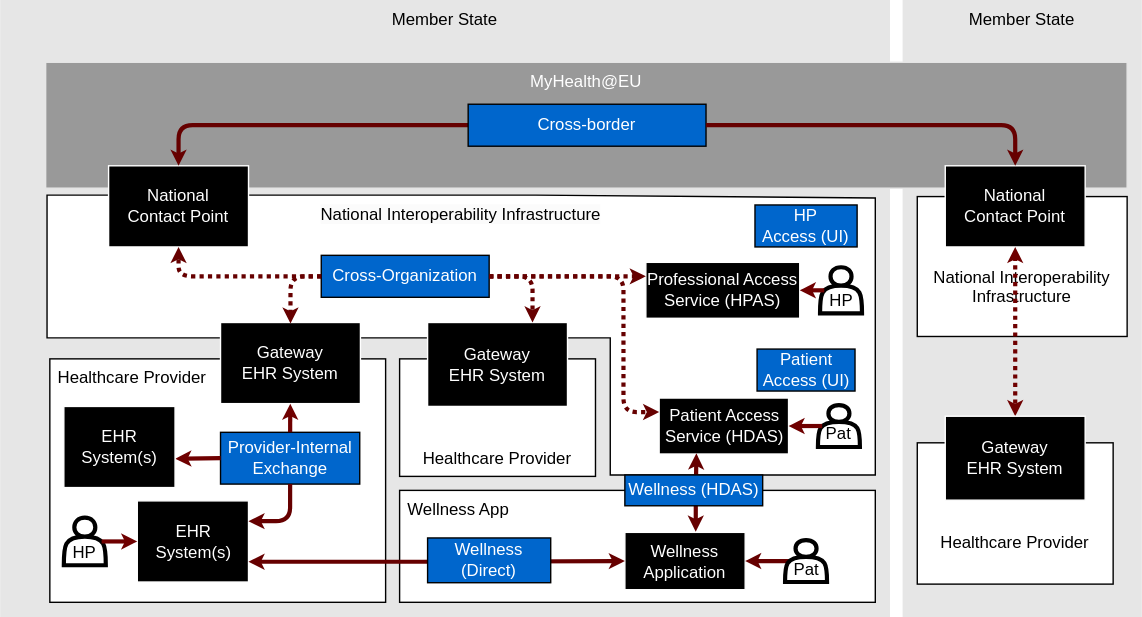
euridice-org/eu-health-data-api keeps this draw.io diagram as input/images/EHDS-overview.drawio.svg. Above is the earlier version. Source tidied: cells renumbered, new cells last; positions are measured from the earlier drawing's top-left corner, leaving out a move shared by most shapes.
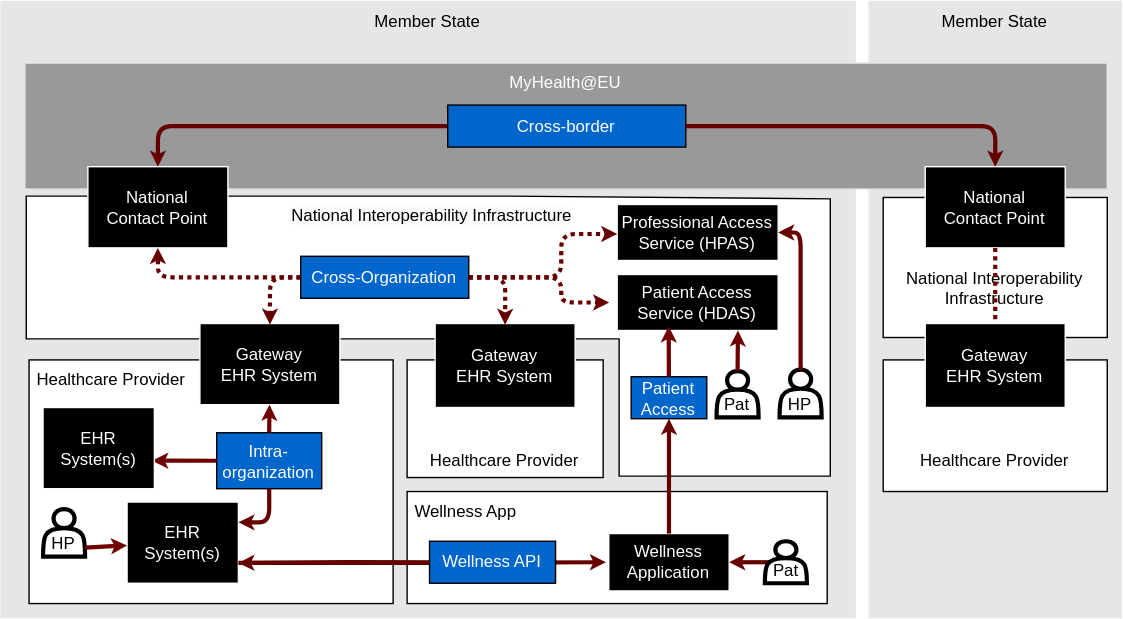
Later version of the same file.

What changed in the source:
```diff
@@ -3,37 +3,37 @@
     <mxCell id="0" />
     <mxCell id="1" parent="0" />
     <mxCell id="2" value="Member State" style="whiteSpace=wrap;html=1;fillColor=#E6E6E6;strokeColor=#E6E6E6;verticalAlign=top;" parent="1" vertex="1">
-      <mxGeometry width="635" height="440" as="geometry" />
+      <mxGeometry x="15" width="610" height="440" as="geometry" />
     </mxCell>
     <mxCell id="3" value="Wellness App" style="whiteSpace=wrap;html=1;verticalAlign=top;align=left;spacingLeft=4;" parent="1" vertex="1">
-      <mxGeometry x="285" y="350" width="340" height="80" as="geometry" />
+      <mxGeometry x="305" y="350" width="300" height="80" as="geometry" />
     </mxCell>
-    <mxCell id="4" value="&lt;span style=&quot;color: rgb(0, 0, 0); font-family: Helvetica; font-size: 12px; font-style: normal; font-variant-ligatures: normal; font-variant-caps: normal; font-weight: 400; letter-spacing: normal; orphans: 2; text-align: center; text-indent: 0px; text-transform: none; widows: 2; word-spacing: 0px; -webkit-text-stroke-width: 0px; white-space: normal; background-color: rgb(251, 251, 251); text-decoration-thickness: initial; text-decoration-style: initial; text-decoration-color: initial; float: none; display: inline !important;&quot;&gt;National Interoperability Infrastructure&lt;/span&gt;" style="verticalLabelPosition=middle;verticalAlign=top;html=1;shape=mxgraph.basic.polygon;polyCoords=[[0,0],[0.59,0],[1,0.01],[1,0.76],[1,1],[0.68,1],[0.68,0.51],[0,0.51]];polyline=0;labelPosition=center;align=center;whiteSpace=wrap;" parent="1" vertex="1">
-      <mxGeometry x="33" y="139" width="592" height="200" as="geometry" />
+    <mxCell id="4" value="&lt;span style=&quot;color: rgb(0, 0, 0); font-family: Helvetica; font-size: 12px; font-style: normal; font-variant-ligatures: normal; font-variant-caps: normal; font-weight: 400; letter-spacing: normal; orphans: 2; text-align: center; text-indent: 0px; text-transform: none; widows: 2; word-spacing: 0px; -webkit-text-stroke-width: 0px; white-space: normal; background-color: rgb(251, 251, 251); text-decoration-thickness: initial; text-decoration-style: initial; text-decoration-color: initial; float: none; display: inline !important;&quot;&gt;National Interoperability Infrastructure&lt;/span&gt;" style="verticalLabelPosition=middle;verticalAlign=top;html=1;shape=mxgraph.basic.polygon;polyCoords=[[0,0],[0.59,0],[0.99,0.01],[0.99,0.76],[0.99,1],[0.73,1],[0.73,0.51],[0,0.51]];polyline=0;labelPosition=center;align=center;whiteSpace=wrap;" parent="1" vertex="1">
+      <mxGeometry x="33" y="139" width="580" height="200" as="geometry" />
     </mxCell>
     <mxCell id="5" value="Member State" style="whiteSpace=wrap;html=1;fillColor=#E6E6E6;strokeColor=#E6E6E6;verticalAlign=top;" parent="1" vertex="1">
-      <mxGeometry x="645" width="170" height="440" as="geometry" />
+      <mxGeometry x="635" width="180" height="440" as="geometry" />
     </mxCell>
     <mxCell id="6" value="&lt;div&gt;&lt;br&gt;&lt;/div&gt;&lt;div&gt;&lt;br&gt;&lt;/div&gt;National Interoperability Infrastructure" style="whiteSpace=wrap;html=1;verticalAlign=middle;align=center;" parent="1" vertex="1">
-      <mxGeometry x="655" y="140" width="150" height="100" as="geometry" />
+      <mxGeometry x="645" y="140" width="160" height="100" as="geometry" />
     </mxCell>
     <mxCell id="7" value="&lt;font style=&quot;color: rgb(255, 255, 255);&quot;&gt;MyHealth@EU&lt;/font&gt;" style="whiteSpace=wrap;html=1;fillColor=#999999;strokeColor=#E6E6E6;verticalAlign=top;" parent="1" vertex="1">
       <mxGeometry x="32" y="44" width="773" height="90" as="geometry" />
     </mxCell>
     <mxCell id="8" value="Healthcare Provider" style="whiteSpace=wrap;html=1;verticalAlign=top;align=left;spacingLeft=4;" parent="1" vertex="1">
-      <mxGeometry x="35" y="256" width="240" height="174" as="geometry" />
+      <mxGeometry x="35" y="256" width="260" height="174" as="geometry" />
     </mxCell>
-    <mxCell id="9" value="&lt;font color=&quot;#ffffff&quot;&gt;Provider-Internal Exchange&lt;/font&gt;" style="whiteSpace=wrap;html=1;fillColor=#0066CC;fontColor=light-dark(#fafafa, #ededed);" parent="1" vertex="1">
-      <mxGeometry x="157" y="308.5" width="99.5" height="37" as="geometry" />
+    <mxCell id="9" value="&lt;font color=&quot;#ffffff&quot;&gt;Intra-organization&lt;/font&gt;" style="whiteSpace=wrap;html=1;fillColor=#0066CC;fontColor=light-dark(#fafafa, #ededed);" parent="1" vertex="1">
+      <mxGeometry x="169" y="308" width="75" height="40" as="geometry" />
     </mxCell>
     <mxCell id="10" value="&lt;font color=&quot;#ffffff&quot;&gt;Gateway&lt;/font&gt;&lt;div&gt;&lt;font color=&quot;#ffffff&quot;&gt;EHR System&lt;/font&gt;&lt;/div&gt;" style="whiteSpace=wrap;html=1;strokeColor=#FFFFFF;fillColor=#000000;verticalAlign=middle;" parent="1" vertex="1">
       <mxGeometry x="157" y="230" width="100" height="58" as="geometry" />
     </mxCell>
-    <mxCell id="11" style="endArrow=classic;startArrow=none;html=1;fillColor=#a20025;strokeColor=#6F0000;strokeWidth=3;endSize=2;startSize=2;startFill=0;exitX=0;exitY=0.5;exitDx=0;exitDy=0;entryX=1.002;entryY=0.644;entryDx=0;entryDy=0;entryPerimeter=0;" parent="1" edge="1" source="9" target="33">
+    <mxCell id="11" style="endArrow=classic;startArrow=none;html=1;fillColor=#a20025;strokeColor=#6F0000;strokeWidth=3;endSize=2;startSize=2;startFill=0;exitX=0;exitY=0.5;exitDx=0;exitDy=0;entryX=0.981;entryY=0.655;entryDx=0;entryDy=0;entryPerimeter=0;" parent="1" edge="1" source="9" target="33">
       <mxGeometry relative="1" as="geometry" />
     </mxCell>
     <mxCell id="12" value="&lt;font color=&quot;#ffffff&quot;&gt;Wellness&lt;/font&gt;&lt;div&gt;&lt;font color=&quot;#ffffff&quot;&gt;Application&lt;/font&gt;&lt;/div&gt;" style="whiteSpace=wrap;html=1;strokeColor=#FFFFFF;fillColor=#000000;verticalAlign=middle;" parent="1" vertex="1">
-      <mxGeometry x="446" y="380" width="86" height="41" as="geometry" />
+      <mxGeometry x="449" y="380" width="86" height="41" as="geometry" />
     </mxCell>
     <mxCell id="13" style="edgeStyle=orthogonalEdgeStyle;html=1;exitX=0;exitY=0.5;exitDx=0;exitDy=0;strokeColor=#660000;strokeWidth=3;endSize=2;startSize=2;dashed=1;dashPattern=1 1;entryX=0.5;entryY=0.013;entryDx=0;entryDy=0;entryPerimeter=0;" parent="1" edge="1" source="14" target="10">
       <mxGeometry relative="1" as="geometry" />
@@ -53,20 +53,20 @@
     <mxCell id="18" value="&lt;font style=&quot;color: rgb(255, 255, 255);&quot;&gt;Cross-border&lt;br&gt;&lt;/font&gt;" style="whiteSpace=wrap;html=1;fillColor=#0066CC;fontColor=light-dark(#fafafa, #ededed);" parent="1" vertex="1">
       <mxGeometry x="334" y="74" width="170" height="30" as="geometry" />
     </mxCell>
-    <mxCell id="19" style="endArrow=classic;startArrow=classic;html=1;fillColor=#a20025;strokeColor=#6F0000;strokeWidth=3;endSize=2;startSize=2;startFill=1;exitX=0.5;exitY=1;exitDx=0;exitDy=0;dashed=1;dashPattern=1 1;entryX=0.5;entryY=0;entryDx=0;entryDy=0;" parent="1" edge="1" source="17" target="30">
+    <mxCell id="19" style="endArrow=classic;startArrow=none;html=1;fillColor=#a20025;strokeColor=#6F0000;strokeWidth=3;endSize=2;startSize=2;startFill=0;exitX=0.5;exitY=1;exitDx=0;exitDy=0;dashed=1;dashPattern=1 1;entryX=0.5;entryY=0;entryDx=0;entryDy=0;" parent="1" edge="1" source="17" target="29">
       <mxGeometry relative="1" as="geometry" />
     </mxCell>
     <mxCell id="20" value="&lt;font color=&quot;#ffffff&quot;&gt;Patient Access Service (HDAS)&lt;/font&gt;" style="whiteSpace=wrap;html=1;strokeColor=#FFFFFF;fillColor=#000000;verticalAlign=middle;" parent="1" vertex="1">
-      <mxGeometry x="470.5" y="284" width="92.5" height="40" as="geometry" />
+      <mxGeometry x="455" y="195" width="115" height="40" as="geometry" />
     </mxCell>
     <mxCell id="21" value="&lt;font color=&quot;#ffffff&quot;&gt;Professional Access Service (HPAS)&lt;/font&gt;" style="whiteSpace=wrap;html=1;strokeColor=#FFFFFF;fillColor=#000000;verticalAlign=middle;" parent="1" vertex="1">
-      <mxGeometry x="461" y="187" width="110" height="40" as="geometry" />
+      <mxGeometry x="455" y="145" width="115" height="40" as="geometry" />
     </mxCell>
     <mxCell id="22" value="&lt;div&gt;&lt;br&gt;&lt;/div&gt;&lt;div&gt;&lt;br&gt;&lt;/div&gt;&lt;div&gt;&lt;br&gt;&lt;/div&gt;&lt;div&gt;&lt;br&gt;&lt;/div&gt;Healthcare Provider" style="whiteSpace=wrap;html=1;verticalAlign=top;align=center;" parent="1" vertex="1">
-      <mxGeometry x="285" y="256" width="140" height="84" as="geometry" />
+      <mxGeometry x="305" y="256" width="140" height="84" as="geometry" />
     </mxCell>
-    <mxCell id="23" value="&lt;font style=&quot;color: rgb(255, 255, 255);&quot;&gt;Patient&lt;/font&gt;&lt;div&gt;&lt;font style=&quot;color: rgb(255, 255, 255);&quot;&gt;Access (UI)&lt;br&gt;&lt;/font&gt;&lt;/div&gt;" style="whiteSpace=wrap;html=1;fillColor=#0066CC;fontColor=light-dark(#fafafa, #ededed);" parent="1" vertex="1">
-      <mxGeometry x="540.5" y="249" width="70" height="30" as="geometry" />
+    <mxCell id="23" value="&lt;font style=&quot;color: rgb(255, 255, 255);&quot;&gt;Patient&lt;/font&gt;&lt;div&gt;&lt;font style=&quot;color: rgb(255, 255, 255);&quot;&gt;Access&lt;br&gt;&lt;/font&gt;&lt;/div&gt;" style="whiteSpace=wrap;html=1;fillColor=#0066CC;fontColor=light-dark(#fafafa, #ededed);" parent="1" vertex="1">
+      <mxGeometry x="465" y="268" width="54" height="30" as="geometry" />
     </mxCell>
     <mxCell id="24" style="endArrow=classic;startArrow=none;html=1;fillColor=#a20025;strokeColor=#6F0000;strokeWidth=3;endSize=2;startSize=2;startFill=0;exitX=0.5;exitY=0;exitDx=0;exitDy=0;" parent="1" edge="1" source="9" target="10">
       <mxGeometry relative="1" as="geometry" />
@@ -74,79 +74,86 @@
     <mxCell id="25" style="edgeStyle=orthogonalEdgeStyle;html=1;exitX=0;exitY=0.5;exitDx=0;exitDy=0;strokeColor=#660000;strokeWidth=3;endSize=2;startSize=2;entryX=0.5;entryY=1;entryDx=0;entryDy=0;dashed=1;dashPattern=1 1;" parent="1" edge="1" source="14" target="15">
       <mxGeometry relative="1" as="geometry" />
     </mxCell>
-    <mxCell id="26" style="edgeStyle=orthogonalEdgeStyle;html=1;exitX=1;exitY=0.5;exitDx=0;exitDy=0;entryX=0;entryY=0.25;entryDx=0;entryDy=0;strokeColor=#660000;strokeWidth=3;endSize=2;startSize=2;dashed=1;dashPattern=1 1;" parent="1" edge="1" source="14" target="21">
-      <mxGeometry relative="1" as="geometry" />
+    <mxCell id="26" style="edgeStyle=orthogonalEdgeStyle;html=1;exitX=1;exitY=0.5;exitDx=0;exitDy=0;entryX=0;entryY=0.5;entryDx=0;entryDy=0;strokeColor=#660000;strokeWidth=3;endSize=2;startSize=2;dashed=1;dashPattern=1 1;" parent="1" edge="1" source="14" target="21">
+      <mxGeometry relative="1" as="geometry">
+        <Array as="points">
+          <mxPoint x="415" y="197" />
+          <mxPoint x="415" y="166" />
+        </Array>
+      </mxGeometry>
     </mxCell>
-    <mxCell id="27" style="edgeStyle=orthogonalEdgeStyle;html=1;exitX=1;exitY=0.5;exitDx=0;exitDy=0;strokeColor=#660000;strokeWidth=3;endSize=2;startSize=2;dashed=1;dashPattern=1 1;entryX=0;entryY=0.25;entryDx=0;entryDy=0;" parent="1" edge="1" source="14" target="20">
+    <mxCell id="27" style="edgeStyle=orthogonalEdgeStyle;html=1;exitX=1;exitY=0.5;exitDx=0;exitDy=0;strokeColor=#660000;strokeWidth=3;endSize=2;startSize=2;entryX=-0.05;entryY=0.5;entryDx=0;entryDy=0;entryPerimeter=0;dashed=1;dashPattern=1 1;" parent="1" edge="1" source="14" target="20">
       <mxGeometry relative="1" as="geometry">
         <Array as="points">
-          <mxPoint x="445" y="197" />
-          <mxPoint x="445" y="294" />
+          <mxPoint x="415" y="197" />
+          <mxPoint x="415" y="215" />
         </Array>
       </mxGeometry>
     </mxCell>
     <mxCell id="28" value="&lt;font color=&quot;#ffffff&quot;&gt;Gateway&lt;/font&gt;&lt;div&gt;&lt;font color=&quot;#ffffff&quot;&gt;EHR System&lt;/font&gt;&lt;/div&gt;" style="whiteSpace=wrap;html=1;strokeColor=#FFFFFF;fillColor=#000000;verticalAlign=middle;" parent="1" vertex="1">
-      <mxGeometry x="305" y="230" width="100" height="60" as="geometry" />
+      <mxGeometry x="325" y="230" width="100" height="60" as="geometry" />
     </mxCell>
     <mxCell id="29" value="&lt;div&gt;&lt;br&gt;&lt;/div&gt;&lt;div&gt;&lt;br&gt;&lt;/div&gt;&lt;div&gt;&lt;br&gt;&lt;/div&gt;&lt;div&gt;&lt;br&gt;&lt;/div&gt;Healthcare Provider" style="whiteSpace=wrap;html=1;verticalAlign=top;align=center;" parent="1" vertex="1">
-      <mxGeometry x="655" y="316" width="140" height="101" as="geometry" />
+      <mxGeometry x="645" y="256" width="160" height="94" as="geometry" />
     </mxCell>
     <mxCell id="30" value="&lt;font color=&quot;#ffffff&quot;&gt;Gateway&lt;/font&gt;&lt;div&gt;&lt;font color=&quot;#ffffff&quot;&gt;EHR System&lt;/font&gt;&lt;/div&gt;" style="whiteSpace=wrap;html=1;strokeColor=#FFFFFF;fillColor=#000000;verticalAlign=middle;" parent="1" vertex="1">
-      <mxGeometry x="675" y="297" width="100" height="60" as="geometry" />
+      <mxGeometry x="675" y="230" width="100" height="60" as="geometry" />
     </mxCell>
     <mxCell id="31" style="edgeStyle=orthogonalEdgeStyle;html=1;exitX=1;exitY=0.5;exitDx=0;exitDy=0;entryX=0.5;entryY=0;entryDx=0;entryDy=0;strokeColor=#660000;strokeWidth=3;endSize=2;startSize=2;" parent="1" edge="1" source="18" target="17">
       <mxGeometry relative="1" as="geometry" />
     </mxCell>
-    <mxCell id="32" style="edgeStyle=orthogonalEdgeStyle;html=1;exitX=1;exitY=0.5;exitDx=0;exitDy=0;entryX=0.75;entryY=0;entryDx=0;entryDy=0;strokeColor=#660000;strokeWidth=3;endSize=2;startSize=2;dashed=1;dashPattern=1 1;" parent="1" edge="1" source="14" target="28">
+    <mxCell id="32" style="edgeStyle=orthogonalEdgeStyle;html=1;exitX=1;exitY=0.5;exitDx=0;exitDy=0;entryX=0.5;entryY=0.015;entryDx=0;entryDy=0;strokeColor=#660000;strokeWidth=3;endSize=2;startSize=2;dashed=1;dashPattern=1 1;entryPerimeter=0;" parent="1" edge="1" source="14" target="28">
       <mxGeometry relative="1" as="geometry" />
     </mxCell>
     <mxCell id="33" value="&lt;font color=&quot;#ffffff&quot;&gt;EHR System(s)&lt;/font&gt;" style="whiteSpace=wrap;html=1;strokeColor=#FFFFFF;fillColor=#000000;verticalAlign=middle;" parent="1" vertex="1">
       <mxGeometry x="45" y="290" width="79.5" height="58" as="geometry" />
     </mxCell>
     <mxCell id="34" value="&lt;font color=&quot;#ffffff&quot;&gt;EHR System(s)&lt;/font&gt;" style="whiteSpace=wrap;html=1;strokeColor=#FFFFFF;fillColor=#000000;verticalAlign=middle;" parent="1" vertex="1">
-      <mxGeometry x="97.5" y="357.5" width="79.5" height="58" as="geometry" />
+      <mxGeometry x="105" y="357.5" width="79.5" height="58" as="geometry" />
     </mxCell>
     <mxCell id="35" style="edgeStyle=orthogonalEdgeStyle;html=1;exitX=0.5;exitY=1;exitDx=0;exitDy=0;entryX=1;entryY=0.25;entryDx=0;entryDy=0;strokeColor=#660000;strokeWidth=3;endSize=2;startSize=2;" parent="1" edge="1" source="9" target="34">
       <mxGeometry relative="1" as="geometry" />
     </mxCell>
     <mxCell id="36" value="HP" style="shape=actor;whiteSpace=wrap;html=1;verticalAlign=bottom;strokeWidth=3;labelPosition=center;verticalLabelPosition=middle;align=center;" parent="1" vertex="1">
-      <mxGeometry x="585.5" y="190.5" width="30" height="33" as="geometry" />
+      <mxGeometry x="571" y="263" width="30" height="34" as="geometry" />
     </mxCell>
     <mxCell id="37" value="Pat" style="shape=actor;whiteSpace=wrap;html=1;verticalAlign=bottom;strokeWidth=3;labelPosition=center;verticalLabelPosition=middle;align=center;" parent="1" vertex="1">
-      <mxGeometry x="584" y="289" width="30" height="30" as="geometry" />
+      <mxGeometry x="526" y="264" width="30" height="33" as="geometry" />
     </mxCell>
-    <mxCell id="38" style="endArrow=classic;html=1;entryX=1;entryY=0.5;entryDx=0;entryDy=0;exitX=0.1;exitY=0.5;exitDx=0;exitDy=0;fillColor=#a20025;strokeColor=#6F0000;strokeWidth=3;endSize=2;startSize=2;exitPerimeter=0;" parent="1" edge="1" source="36" target="21">
-      <mxGeometry relative="1" as="geometry" />
-    </mxCell>
-    <mxCell id="39" style="endArrow=classic;html=1;entryX=1;entryY=0.5;entryDx=0;entryDy=0;fillColor=#a20025;strokeColor=#6F0000;strokeWidth=3;endSize=2;startSize=2;exitX=0.1;exitY=0.5;exitDx=0;exitDy=0;exitPerimeter=0;" parent="1" edge="1" source="37" target="20">
+    <mxCell id="39" style="endArrow=classic;html=1;exitX=0.5;exitY=0;exitDx=0;exitDy=0;fillColor=#a20025;strokeColor=#6F0000;strokeWidth=3;endSize=2;startSize=2;entryX=0.75;entryY=1;entryDx=0;entryDy=0;" parent="1" edge="1" source="37" target="20">
       <mxGeometry relative="1" as="geometry" />
     </mxCell>
     <mxCell id="40" value="HP" style="shape=actor;whiteSpace=wrap;html=1;verticalAlign=bottom;strokeWidth=3;labelPosition=center;verticalLabelPosition=middle;align=center;" parent="1" vertex="1">
-      <mxGeometry x="45" y="369.5" width="30" height="34" as="geometry" />
+      <mxGeometry x="45" y="362.5" width="30" height="34" as="geometry" />
     </mxCell>
-    <mxCell id="41" style="endArrow=classic;html=1;entryX=0;entryY=0.5;entryDx=0;entryDy=0;fillColor=#a20025;strokeColor=#6F0000;strokeWidth=3;endSize=2;startSize=2;exitX=0.9;exitY=0.5;exitDx=0;exitDy=0;exitPerimeter=0;" parent="1" edge="1" source="40" target="34">
-      <mxGeometry relative="1" as="geometry" />
+    <mxCell id="41" style="endArrow=classic;html=1;fillColor=#a20025;strokeColor=#6F0000;strokeWidth=3;endSize=2;startSize=2;" parent="1" edge="1" target="34">
+      <mxGeometry relative="1" as="geometry">
+        <mxPoint x="75" y="390" as="sourcePoint" />
+      </mxGeometry>
     </mxCell>
     <mxCell id="42" style="edgeStyle=orthogonalEdgeStyle;html=1;exitX=0.1;exitY=0.5;exitDx=0;exitDy=0;entryX=1;entryY=0.5;entryDx=0;entryDy=0;strokeColor=#660000;strokeWidth=3;endSize=2;startSize=2;exitPerimeter=0;" parent="1" edge="1" source="45" target="12">
       <mxGeometry relative="1" as="geometry" />
     </mxCell>
+    <mxCell id="49" style="endArrow=classic;startArrow=none;html=1;fillColor=#a20025;strokeColor=#6F0000;strokeWidth=3;endSize=2;startSize=2;startFill=0;entryX=0.32;entryY=0.925;entryDx=0;entryDy=0;entryPerimeter=0;" parent="1" edge="1" source="23" target="20">
+      <mxGeometry relative="1" as="geometry" />
+    </mxCell>
-    <mxCell id="43" style="edgeStyle=orthogonalEdgeStyle;html=1;exitX=1;exitY=0.75;exitDx=0;exitDy=0;strokeColor=#660000;strokeWidth=3;endSize=2;startSize=2;startArrow=classic;startFill=1;" parent="1" edge="1" source="34" target="12">
+    <mxCell id="43" style="edgeStyle=orthogonalEdgeStyle;html=1;exitX=1;exitY=0.75;exitDx=0;exitDy=0;strokeColor=#660000;strokeWidth=3;endSize=2;startSize=2;sourcePerimeterSpacing=2;targetPerimeterSpacing=2;endArrow=classic;endFill=1;" parent="1" edge="1" source="34" target="12">
       <mxGeometry relative="1" as="geometry" />
     </mxCell>
+    <mxCell id="50" value="&lt;font style=&quot;color: rgb(255, 255, 255);&quot;&gt;Wellness API&lt;br&gt;&lt;/font&gt;" style="whiteSpace=wrap;html=1;fillColor=#0066CC;fontColor=light-dark(#fafafa, #ededed);" parent="1" vertex="1">
+      <mxGeometry x="321" y="385.5" width="90" height="30" as="geometry" />
+    </mxCell>
-    <mxCell id="44" style="edgeStyle=orthogonalEdgeStyle;html=1;strokeColor=#660000;strokeWidth=3;endSize=2;startSize=2;exitX=0.589;exitY=-0.012;exitDx=0;exitDy=0;entryX=0.288;entryY=0.989;entryDx=0;entryDy=0;entryPerimeter=0;startArrow=classic;startFill=1;exitPerimeter=0;" parent="1" edge="1" source="12" target="20">
+    <mxCell id="44" style="edgeStyle=orthogonalEdgeStyle;html=1;entryX=0.5;entryY=1;entryDx=0;entryDy=0;strokeColor=#660000;strokeWidth=3;endSize=2;startSize=2;" parent="1" edge="1" source="12" target="23">
       <mxGeometry relative="1" as="geometry" />
     </mxCell>
     <mxCell id="45" value="Pat" style="shape=actor;whiteSpace=wrap;html=1;verticalAlign=bottom;strokeWidth=3;labelPosition=center;verticalLabelPosition=middle;align=center;" parent="1" vertex="1">
       <mxGeometry x="560.5" y="385.5" width="30" height="30" as="geometry" />
     </mxCell>
-    <mxCell id="46" value="&lt;div&gt;&lt;font style=&quot;color: rgb(255, 255, 255);&quot;&gt;HP&lt;/font&gt;&lt;/div&gt;&lt;div&gt;&lt;font style=&quot;color: rgb(255, 255, 255);&quot;&gt;Access (UI)&lt;/font&gt;&lt;/div&gt;" style="whiteSpace=wrap;html=1;fillColor=#0066CC;fontColor=light-dark(#fafafa, #ededed);" parent="1" vertex="1">
-      <mxGeometry x="539" y="146" width="73" height="30" as="geometry" />
-    </mxCell>
-    <mxCell id="47" value="&lt;font style=&quot;color: rgb(255, 255, 255);&quot;&gt;Wellness (HDAS)&lt;br&gt;&lt;/font&gt;" style="whiteSpace=wrap;html=1;fillColor=#0066CC;fontColor=light-dark(#fafafa, #ededed);" parent="1" vertex="1">
-      <mxGeometry x="446" y="339" width="98.5" height="22" as="geometry" />
+    <mxCell id="47" style="edgeStyle=orthogonalEdgeStyle;html=1;entryX=1;entryY=0.5;entryDx=0;entryDy=0;strokeColor=#660000;strokeWidth=3;endSize=2;startSize=2;exitX=0.5;exitY=0;exitDx=0;exitDy=0;" parent="1" edge="1" source="36" target="21">
+      <mxGeometry relative="1" as="geometry" />
     </mxCell>
-    <mxCell id="48" value="&lt;font style=&quot;color: rgb(255, 255, 255);&quot;&gt;Wellness (Direct)&lt;br&gt;&lt;/font&gt;" style="whiteSpace=wrap;html=1;fillColor=#0066CC;fontColor=light-dark(#fafafa, #ededed);" parent="1" vertex="1">
-      <mxGeometry x="305" y="384" width="88" height="32" as="geometry" />
+    <mxCell id="48" style="edgeStyle=orthogonalEdgeStyle;html=1;exitX=0;exitY=0.5;exitDx=0;exitDy=0;strokeColor=#660000;strokeWidth=3;endSize=2;startSize=2;sourcePerimeterSpacing=2;targetPerimeterSpacing=2;endArrow=classic;endFill=1;entryX=1;entryY=0.75;entryDx=0;entryDy=0;" parent="1" edge="1" source="50" target="34">
+      <mxGeometry relative="1" as="geometry" />
     </mxCell>
   </root>
 </mxGraphModel>
```
